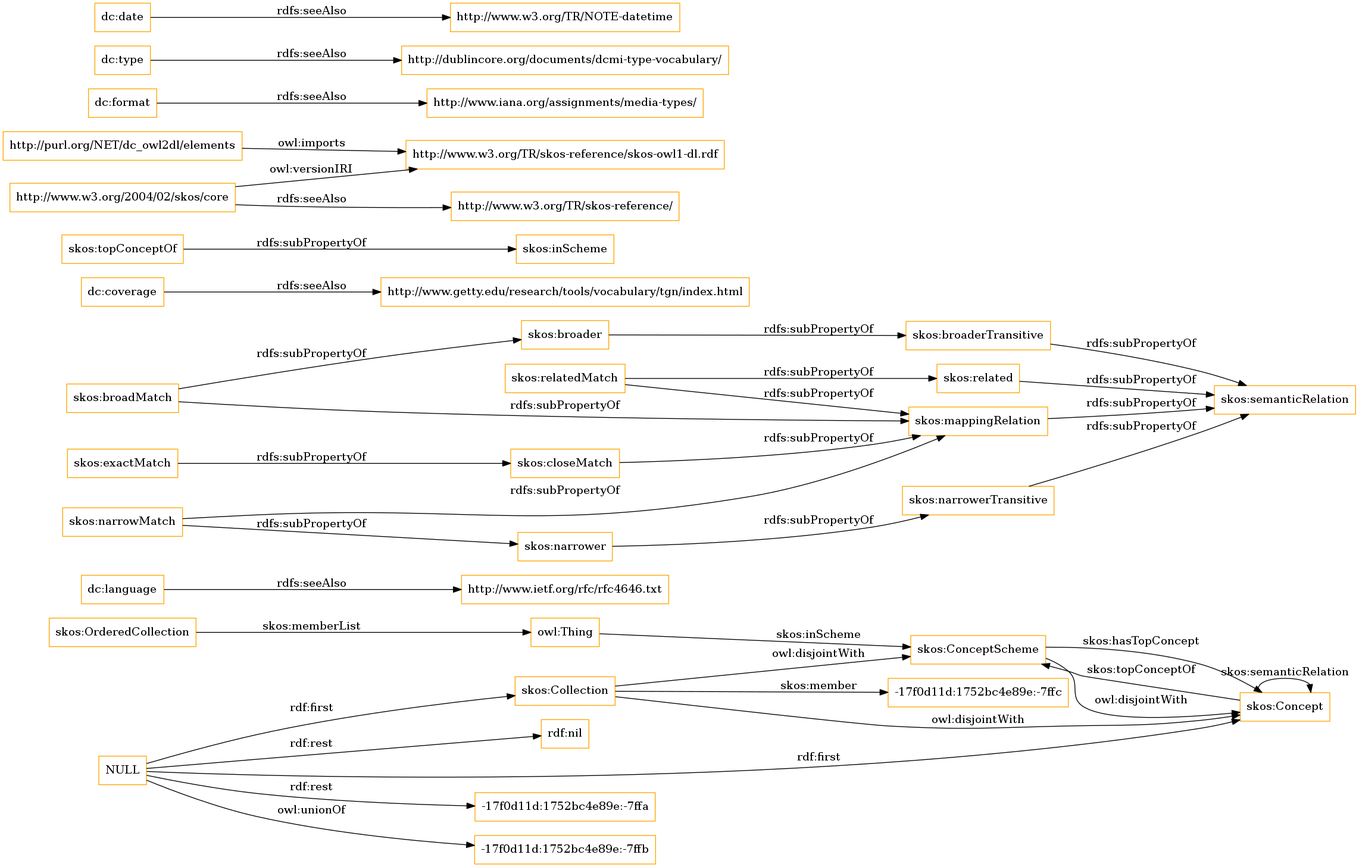
OnToologyUser/core-ontology-1 keeps this Graphviz diagram as OnToology/imports/elements.owl/diagrams/ar2dtool-class/elements.owl.png. Above is the earlier version. Its source is kept beside it as OnToology/imports/elements.owl/diagrams/ar2dtool-class/elements.owl.png.dot.
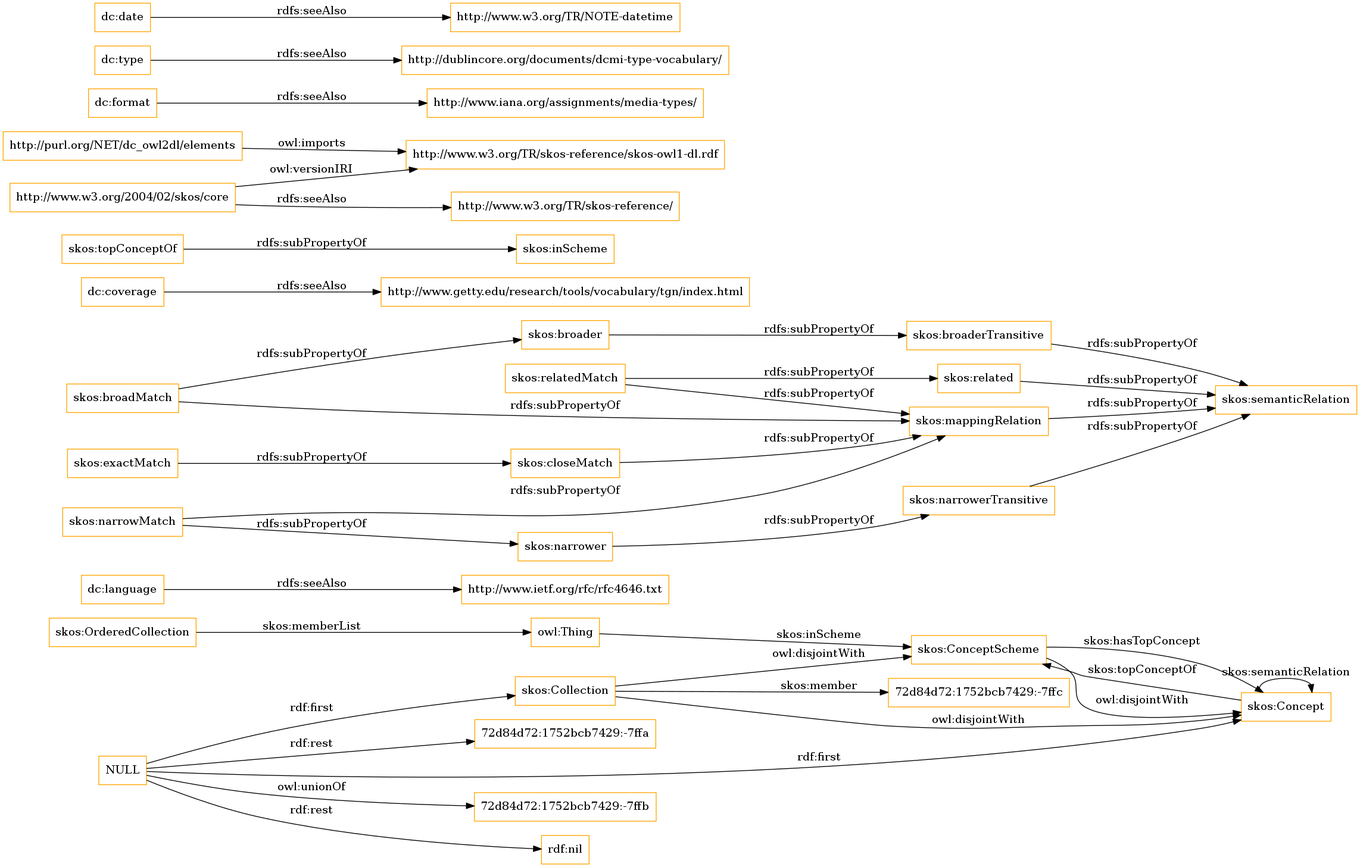
Later version of the same file.

The edit, as a diff of the source:
```diff
@@ -1,13 +1,13 @@
 digraph ar2dtool_diagram {
 rankdir=LR;
 size="1501"
-node [shape = rectangle, color="orange"]; "-17f0d11d:1752bc4e89e:-7ffc" "skos:OrderedCollection" "skos:Collection" "skos:ConceptScheme" "skos:Concept" ; /*classes style*/
+node [shape = rectangle, color="orange"]; "72d84d72:1752bcb7429:-7ffc" "skos:OrderedCollection" "skos:Collection" "skos:ConceptScheme" "skos:Concept" ; /*classes style*/
 	"dc:language" -> "http://www.ietf.org/rfc/rfc4646.txt" [ label = "rdfs:seeAlso" ];
-	"NULL" -> "-17f0d11d:1752bc4e89e:-7ffa" [ label = "rdf:rest" ];
-	"NULL" -> "skos:Concept" [ label = "rdf:first" ];
-	"NULL" -> "-17f0d11d:1752bc4e89e:-7ffb" [ label = "owl:unionOf" ];
+	"NULL" -> "72d84d72:1752bcb7429:-7ffb" [ label = "owl:unionOf" ];
 	"NULL" -> "rdf:nil" [ label = "rdf:rest" ];
 	"NULL" -> "skos:Collection" [ label = "rdf:first" ];
+	"NULL" -> "72d84d72:1752bcb7429:-7ffa" [ label = "rdf:rest" ];
+	"NULL" -> "skos:Concept" [ label = "rdf:first" ];
 	"skos:closeMatch" -> "skos:mappingRelation" [ label = "rdfs:subPropertyOf" ];
 	"dc:coverage" -> "http://www.getty.edu/research/tools/vocabulary/tgn/index.html" [ label = "rdfs:seeAlso" ];
 	"skos:relatedMatch" -> "skos:related" [ label = "rdfs:subPropertyOf" ];
@@ -36,7 +36,7 @@
 	"skos:OrderedCollection" -> "owl:Thing" [ label = "skos:memberList" ];
 	"skos:Concept" -> "skos:ConceptScheme" [ label = "skos:topConceptOf" ];
 	"skos:Concept" -> "skos:Concept" [ label = "skos:semanticRelation" ];
-	"skos:Collection" -> "-17f0d11d:1752bc4e89e:-7ffc" [ label = "skos:member" ];
+	"skos:Collection" -> "72d84d72:1752bcb7429:-7ffc" [ label = "skos:member" ];
 	"skos:ConceptScheme" -> "skos:Concept" [ label = "skos:hasTopConcept" ];
 	"owl:Thing" -> "skos:ConceptScheme" [ label = "skos:inScheme" ];
 
```
